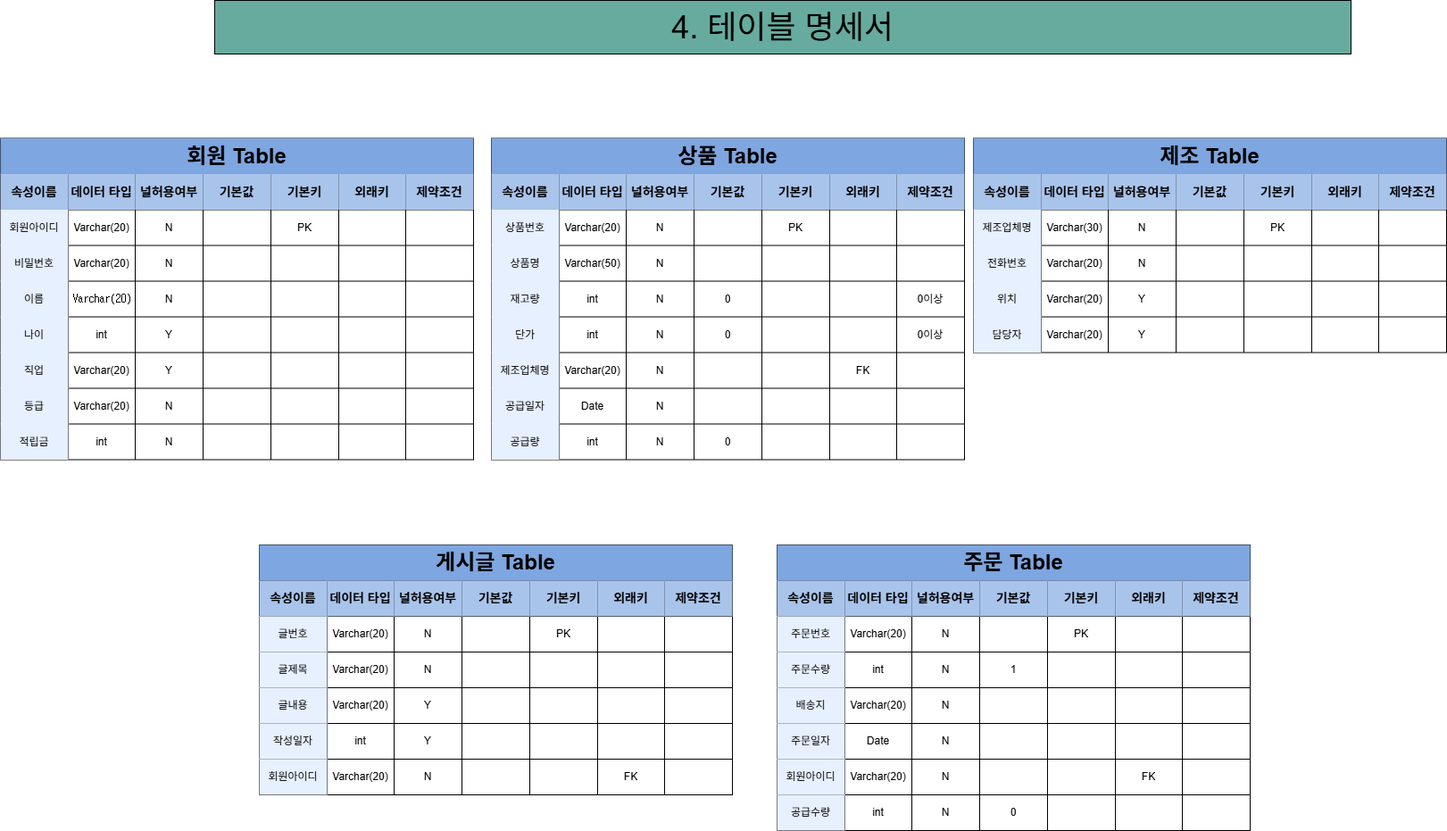
Before: 한빛마트 온라인몰_4.테이블 설계.drawio.png, a diagram exported from draw.io (hazyala/DB_2025_2). Source tidied: cells renumbered, new cells last; positions are measured from the earlier drawing's top-left corner, leaving out a move shared by most shapes.
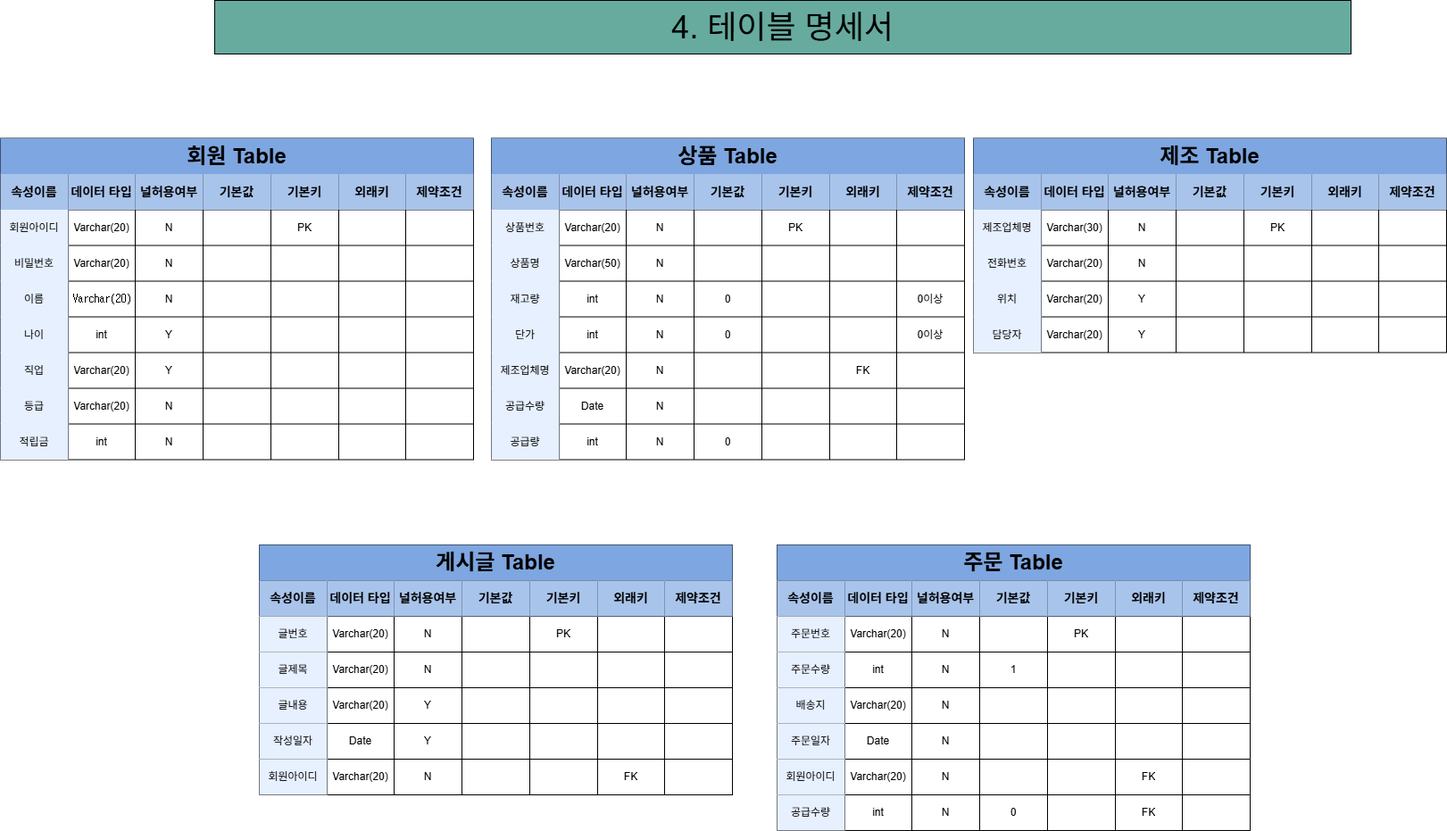
Above is the later version.

Commit message:
한빛마트 온라인몰_4.테이블 설계.drawio.png이 추가되었습니다.

What changed in the source:
```diff
@@ -362,7 +362,7 @@
     <mxCell id="121" style="shape=tableRow;horizontal=0;startSize=0;swimlaneHead=0;swimlaneBody=0;strokeColor=inherit;top=0;left=0;bottom=0;right=0;fillColor=none;" parent="70" vertex="1">
       <mxGeometry y="280" width="530" height="40" as="geometry" />
     </mxCell>
-    <mxCell id="122" value="공급일자" style="shape=partialRectangle;html=1;whiteSpace=wrap;strokeColor=inherit;overflow=hidden;fillColor=#E7F0FF;top=0;left=0;bottom=0;right=0;" parent="121" vertex="1">
+    <mxCell id="122" value="공급수량" style="shape=partialRectangle;html=1;whiteSpace=wrap;strokeColor=inherit;overflow=hidden;fillColor=#E7F0FF;top=0;left=0;bottom=0;right=0;" parent="121" vertex="1">
       <mxGeometry width="76" height="40" as="geometry" />
     </mxCell>
     <mxCell id="123" value="Date" style="shape=partialRectangle;html=1;whiteSpace=wrap;strokeColor=inherit;overflow=hidden;fillColor=none;top=0;left=0;bottom=0;right=0;" parent="121" vertex="1">
@@ -647,7 +647,7 @@
     <mxCell id="216" value="작성일자" style="shape=partialRectangle;html=1;whiteSpace=wrap;strokeColor=inherit;overflow=hidden;fillColor=#E7F0FF;top=0;left=0;bottom=0;right=0;" parent="215" vertex="1">
       <mxGeometry width="76" height="40" as="geometry" />
     </mxCell>
-    <mxCell id="217" value="int" style="shape=partialRectangle;html=1;whiteSpace=wrap;strokeColor=inherit;overflow=hidden;fillColor=none;top=0;left=0;bottom=0;right=0;" parent="215" vertex="1">
+    <mxCell id="217" value="Date" style="shape=partialRectangle;html=1;whiteSpace=wrap;strokeColor=inherit;overflow=hidden;fillColor=none;top=0;left=0;bottom=0;right=0;" parent="215" vertex="1">
       <mxGeometry x="76" width="75" height="40" as="geometry" />
     </mxCell>
     <mxCell id="218" value="Y" style="shape=partialRectangle;html=1;whiteSpace=wrap;strokeColor=inherit;overflow=hidden;fillColor=none;top=0;left=0;bottom=0;right=0;" parent="215" vertex="1">
@@ -860,7 +860,7 @@
     <mxCell id="287" style="shape=partialRectangle;html=1;whiteSpace=wrap;strokeColor=inherit;overflow=hidden;fillColor=none;top=0;left=0;bottom=0;right=0;" parent="282" vertex="1">
       <mxGeometry x="303" width="76" height="40" as="geometry" />
     </mxCell>
-    <mxCell id="288" style="shape=partialRectangle;html=1;whiteSpace=wrap;strokeColor=inherit;overflow=hidden;fillColor=none;top=0;left=0;bottom=0;right=0;" parent="282" vertex="1">
+    <mxCell id="288" value="FK" style="shape=partialRectangle;html=1;whiteSpace=wrap;strokeColor=inherit;overflow=hidden;fillColor=none;top=0;left=0;bottom=0;right=0;" parent="282" vertex="1">
       <mxGeometry x="379" width="75" height="40" as="geometry" />
     </mxCell>
     <mxCell id="289" style="shape=partialRectangle;html=1;whiteSpace=wrap;strokeColor=inherit;overflow=hidden;fillColor=none;top=0;left=0;bottom=0;right=0;" parent="282" vertex="1">
```
